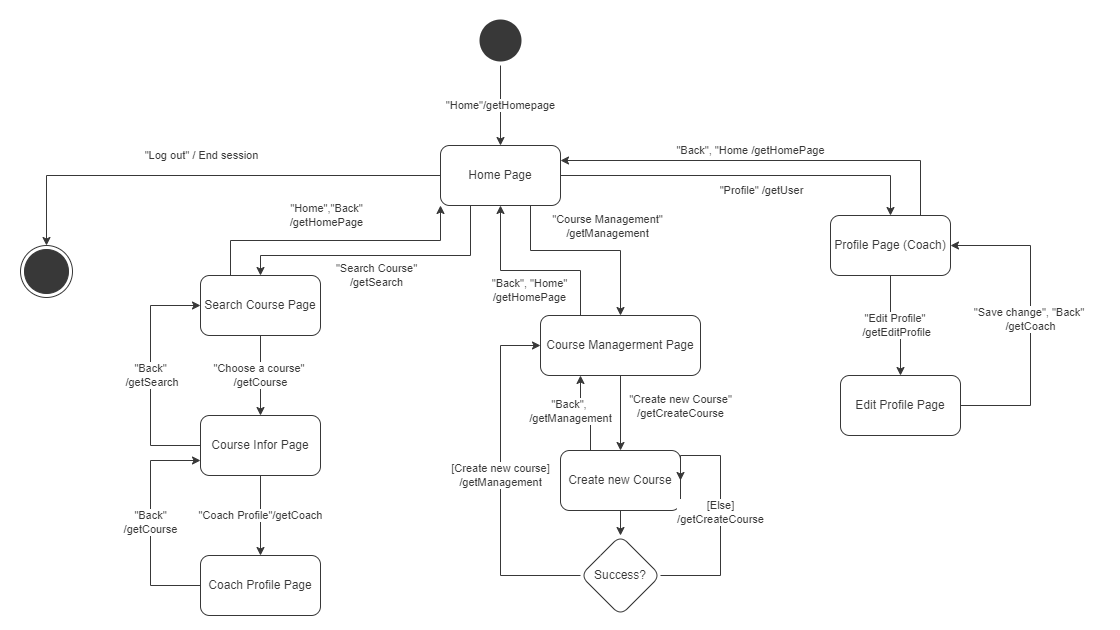
The draw.io diagram Image/UI/diagram/coach.png in kaitouz/ESportNetwork, before a commit. Source tidied: cells renumbered, new cells last; positions are measured from the earlier drawing's top-left corner, leaving out a move shared by most shapes.
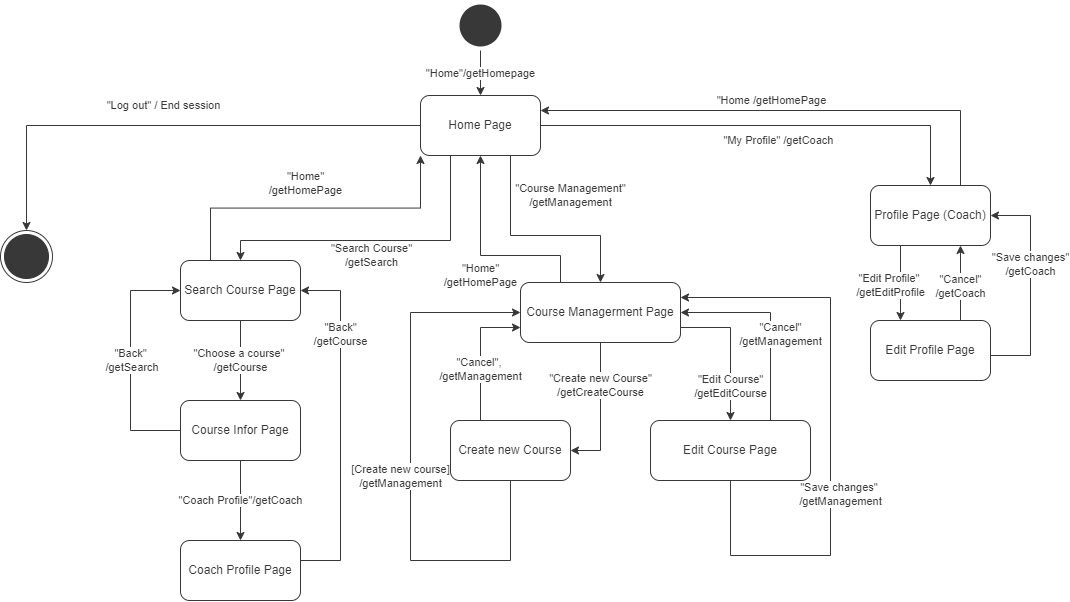
Above is the later version.

Diff of the diagram source:
```diff
@@ -11,11 +11,11 @@
     <mxCell id="4" value="&quot;Log out&quot; / End session" style="edgeStyle=orthogonalEdgeStyle;rounded=0;jettySize=auto;html=1;exitX=0;exitY=0.5;exitDx=0;exitDy=0;entryX=0.5;entryY=0;entryDx=0;entryDy=0;labelBackgroundColor=#FFFFFF;fontColor=#383838;strokeColor=#383838;" parent="1" edge="1" source="8" target="9">
       <mxGeometry x="0.03" y="-20" relative="1" as="geometry" />
     </mxCell>
-    <mxCell id="5" value="&quot;Back&quot;, &quot;Home /getHomePage" style="edgeStyle=orthogonalEdgeStyle;rounded=0;jettySize=auto;html=1;labelBackgroundColor=#FFFFFF;fontColor=#383838;strokeColor=#383838;" parent="1" edge="1" source="8" target="11">
+    <mxCell id="5" value="&quot;Home /getHomePage" style="edgeStyle=orthogonalEdgeStyle;rounded=0;jettySize=auto;html=1;labelBackgroundColor=#FFFFFF;fontColor=#383838;strokeColor=#383838;" parent="1" edge="1" source="8" target="11">
       <mxGeometry x="0.03" y="25" relative="1" as="geometry" />
     </mxCell>
     <mxCell id="6" value="&quot;Search Course&quot;&lt;br&gt;/getSearch" style="edgeStyle=orthogonalEdgeStyle;rounded=0;jettySize=auto;html=1;labelBackgroundColor=#FFFFFF;fontColor=#383838;strokeColor=#383838;exitX=0.25;exitY=1;exitDx=0;exitDy=0;" parent="1" edge="1" source="8" target="16">
-      <mxGeometry x="0.03" y="20" relative="1" as="geometry">
+      <mxGeometry x="0.05" y="15" relative="1" as="geometry">
         <Array as="points">
           <mxPoint x="450" y="240" />
           <mxPoint x="240" y="240" />
@@ -23,41 +23,44 @@
       </mxGeometry>
     </mxCell>
     <mxCell id="7" value="&quot;Course Management&quot;&lt;br&gt;/getManagement" style="edgeStyle=orthogonalEdgeStyle;rounded=0;jettySize=auto;html=1;exitX=0.75;exitY=1;exitDx=0;exitDy=0;labelBackgroundColor=#FFFFFF;fontColor=#383838;strokeColor=#383838;" parent="1" edge="1" source="8" target="23">
-      <mxGeometry x="0.25" y="14" relative="1" as="geometry">
+      <mxGeometry x="0.29" y="40" relative="1" as="geometry">
         <Array as="points">
           <mxPoint x="510" y="235" />
           <mxPoint x="600" y="235" />
         </Array>
-        <mxPoint x="-4" y="-10" as="offset" />
       </mxGeometry>
     </mxCell>
     <mxCell id="8" value="Home Page" style="whiteSpace=wrap;html=1;strokeColor=#383838;fillColor=#FFFFFF;rounded=1;fontColor=#383838;" parent="1" vertex="1">
-      <mxGeometry x="420" y="130" width="120" height="60" as="geometry" />
+      <mxGeometry x="420" y="95" width="120" height="60" as="geometry" />
     </mxCell>
     <mxCell id="9" style="ellipse;shape=endState;fillColor=#383838;strokeColor=#383838;" parent="1" vertex="1">
       <mxGeometry y="230" width="52" height="52" as="geometry" />
     </mxCell>
-    <mxCell id="10" value="&quot;Edit Profile&quot;&amp;nbsp;&lt;br&gt;/getEditProfile" style="edgeStyle=orthogonalEdgeStyle;rounded=0;jettySize=auto;html=1;labelBackgroundColor=#FFFFFF;fontColor=#383838;strokeColor=#383838;" parent="1" edge="1" source="11" target="13">
-      <mxGeometry relative="1" as="geometry" />
+    <mxCell id="10" value="&quot;Edit Profile&quot;&amp;nbsp;&lt;br&gt;/getEditProfile" style="edgeStyle=orthogonalEdgeStyle;rounded=0;jettySize=auto;html=1;labelBackgroundColor=#FFFFFF;fontColor=#383838;strokeColor=#383838;exitX=0.25;exitY=1;exitDx=0;exitDy=0;entryX=0.25;entryY=0;entryDx=0;entryDy=0;" parent="1" edge="1" source="11" target="13">
+      <mxGeometry x="0.07" y="-10" relative="1" as="geometry" />
     </mxCell>
     <mxCell id="11" value="Profile Page (Coach)" style="whiteSpace=wrap;html=1;rounded=1;fontColor=#383838;strokeColor=#383838;fillColor=#FFFFFF;" parent="1" vertex="1">
-      <mxGeometry x="810" y="200" width="120" height="60" as="geometry" />
+      <mxGeometry x="870" y="185" width="120" height="60" as="geometry" />
     </mxCell>
-    <mxCell id="12" value="&quot;Save change&quot;, &quot;Back&quot; &lt;br&gt;/getCoach" style="edgeStyle=orthogonalEdgeStyle;rounded=0;jettySize=auto;html=1;exitX=1;exitY=0.5;exitDx=0;exitDy=0;entryX=1;entryY=0.5;entryDx=0;entryDy=0;labelBackgroundColor=#FFFFFF;fontColor=#383838;strokeColor=#383838;" parent="1" edge="1" source="13" target="11">
-      <mxGeometry relative="1" as="geometry">
+    <mxCell id="12" value="&quot;Save changes&quot;&lt;br&gt;/getCoach" style="edgeStyle=orthogonalEdgeStyle;rounded=0;jettySize=auto;html=1;exitX=1;exitY=0.5;exitDx=0;exitDy=0;entryX=1;entryY=0.5;entryDx=0;entryDy=0;labelBackgroundColor=#FFFFFF;fontColor=#383838;strokeColor=#383838;" parent="1" edge="1" source="13" target="11">
+      <mxGeometry x="0.32" relative="1" as="geometry">
         <Array as="points">
-          <mxPoint x="1010" y="390" />
-          <mxPoint x="1010" y="230" />
+          <mxPoint x="970" y="355" />
+          <mxPoint x="1030" y="355" />
+          <mxPoint x="1030" y="215" />
         </Array>
       </mxGeometry>
     </mxCell>
+    <mxCell id="33" value="&quot;Cancel&quot;&lt;br&gt;/getCoach" style="edgeStyle=orthogonalEdgeStyle;rounded=0;jettySize=auto;html=1;exitX=0.75;exitY=0;exitDx=0;exitDy=0;entryX=0.75;entryY=1;entryDx=0;entryDy=0;labelBackgroundColor=#FFFFFF;fontColor=#383838;strokeColor=#383838;" parent="1" edge="1" source="13" target="11">
+      <mxGeometry x="-0.07" relative="1" as="geometry" />
+    </mxCell>
     <mxCell id="13" value="Edit Profile Page" style="whiteSpace=wrap;html=1;rounded=1;fontColor=#383838;strokeColor=#383838;fillColor=#FFFFFF;" parent="1" vertex="1">
-      <mxGeometry x="820" y="360" width="120" height="60" as="geometry" />
+      <mxGeometry x="870" y="320" width="120" height="60" as="geometry" />
     </mxCell>
     <mxCell id="14" value="&quot;Choose a course&quot; &lt;br&gt;/getCourse" style="edgeStyle=orthogonalEdgeStyle;rounded=0;jettySize=auto;html=1;labelBackgroundColor=#FFFFFF;fontColor=#383838;strokeColor=#383838;" parent="1" edge="1" source="16" target="19">
       <mxGeometry relative="1" as="geometry" />
     </mxCell>
-    <mxCell id="15" value="&quot;Home&quot;,&quot;Back&quot;&lt;br&gt;/getHomePage" style="edgeStyle=orthogonalEdgeStyle;rounded=0;jettySize=auto;html=1;exitX=0.25;exitY=0;exitDx=0;exitDy=0;entryX=0;entryY=1;entryDx=0;entryDy=0;labelBackgroundColor=#FFFFFF;fontColor=#383838;strokeColor=#383838;" parent="1" edge="1" source="16" target="8">
+    <mxCell id="15" value="&quot;Home&quot;&lt;br&gt;/getHomePage" style="edgeStyle=orthogonalEdgeStyle;rounded=0;jettySize=auto;html=1;exitX=0.25;exitY=0;exitDx=0;exitDy=0;entryX=0;entryY=1;entryDx=0;entryDy=0;labelBackgroundColor=#FFFFFF;fontColor=#383838;strokeColor=#383838;" parent="1" edge="1" source="16" target="8">
       <mxGeometry x="-0.06" y="25" relative="1" as="geometry" />
     </mxCell>
     <mxCell id="16" value="Search Course Page" style="whiteSpace=wrap;html=1;rounded=1;fontColor=#383838;strokeColor=#383838;fillColor=#FFFFFF;" parent="1" vertex="1">
@@ -77,66 +80,76 @@
     <mxCell id="19" value="Course Infor Page" style="whiteSpace=wrap;html=1;rounded=1;fontColor=#383838;strokeColor=#383838;fillColor=#FFFFFF;" parent="1" vertex="1">
       <mxGeometry x="180" y="400" width="120" height="60" as="geometry" />
     </mxCell>
-    <mxCell id="20" value="&quot;Back&quot;&lt;br&gt;/getCourse" style="edgeStyle=orthogonalEdgeStyle;rounded=0;jettySize=auto;html=1;exitX=0;exitY=0.5;exitDx=0;exitDy=0;entryX=0;entryY=0.75;entryDx=0;entryDy=0;labelBackgroundColor=#FFFFFF;fontColor=#383838;strokeColor=#383838;" parent="1" edge="1" source="21" target="19">
-      <mxGeometry relative="1" as="geometry">
-        <Array as="points">
-          <mxPoint x="130" y="570" />
-          <mxPoint x="130" y="445" />
-        </Array>
-      </mxGeometry>
-    </mxCell>
     <mxCell id="21" value="Coach Profile Page" style="whiteSpace=wrap;html=1;rounded=1;fontColor=#383838;strokeColor=#383838;fillColor=#FFFFFF;" parent="1" vertex="1">
       <mxGeometry x="180" y="540" width="120" height="60" as="geometry" />
     </mxCell>
-    <mxCell id="22" value="&quot;Create new Course&quot;&lt;br&gt;/getCreateCourse" style="edgeStyle=orthogonalEdgeStyle;rounded=0;jettySize=auto;html=1;exitX=0.5;exitY=1;exitDx=0;exitDy=0;entryX=0.5;entryY=0;entryDx=0;entryDy=0;labelBackgroundColor=#FFFFFF;fontColor=#383838;strokeColor=#383838;" parent="1" edge="1" source="23" target="26">
-      <mxGeometry x="-0.17" y="60" relative="1" as="geometry" />
+    <mxCell id="22" value="&quot;Create new Course&quot;&lt;br&gt;/getCreateCourse" style="edgeStyle=orthogonalEdgeStyle;rounded=0;jettySize=auto;html=1;exitX=0.5;exitY=1;exitDx=0;exitDy=0;entryX=1;entryY=0.5;entryDx=0;entryDy=0;labelBackgroundColor=#FFFFFF;fontColor=#383838;strokeColor=#383838;" parent="1" edge="1" source="23" target="26">
+      <mxGeometry x="-0.38" relative="1" as="geometry">
+        <Array as="points">
+          <mxPoint x="600" y="450" />
+        </Array>
+      </mxGeometry>
     </mxCell>
+    <mxCell id="34" value="&quot;Edit Course&quot;&lt;br&gt;/getEditCourse" style="edgeStyle=orthogonalEdgeStyle;rounded=0;jettySize=auto;html=1;exitX=1;exitY=0.75;exitDx=0;exitDy=0;labelBackgroundColor=#FFFFFF;fontColor=#383838;strokeColor=#383838;" parent="1" edge="1" source="23" target="37">
+      <mxGeometry x="0.51" relative="1" as="geometry" />
+    </mxCell>
     <mxCell id="23" value="Course Managerment Page" style="whiteSpace=wrap;html=1;strokeColor=#383838;fillColor=#FFFFFF;rounded=1;fontColor=#383838;" parent="1" vertex="1">
-      <mxGeometry x="520" y="300" width="160" height="60" as="geometry" />
+      <mxGeometry x="520" y="282" width="160" height="60" as="geometry" />
     </mxCell>
-    <mxCell id="24" style="edgeStyle=orthogonalEdgeStyle;rounded=0;jettySize=auto;html=1;labelBackgroundColor=#FFFFFF;fontColor=#383838;strokeColor=#383838;" parent="1" edge="1" source="26" target="29">
-      <mxGeometry relative="1" as="geometry" />
-    </mxCell>
-    <mxCell id="25" style="edgeStyle=orthogonalEdgeStyle;rounded=0;jettySize=auto;html=1;exitX=0.25;exitY=0;exitDx=0;exitDy=0;" parent="1" edge="1" source="26">
-      <mxGeometry relative="1" as="geometry">
-        <mxPoint x="570" y="395" as="targetPoint" />
-      </mxGeometry>
-    </mxCell>
     <mxCell id="26" value="Create new Course" style="whiteSpace=wrap;html=1;rounded=1;fontColor=#383838;strokeColor=#383838;fillColor=#FFFFFF;" parent="1" vertex="1">
-      <mxGeometry x="540" y="435" width="120" height="60" as="geometry" />
+      <mxGeometry x="450" y="420" width="120" height="60" as="geometry" />
     </mxCell>
-    <mxCell id="27" value="[Create new course]&lt;br&gt;/getManagement" style="edgeStyle=orthogonalEdgeStyle;rounded=0;jettySize=auto;html=1;exitX=0;exitY=0.5;exitDx=0;exitDy=0;entryX=0;entryY=0.5;entryDx=0;entryDy=0;labelBackgroundColor=#FFFFFF;fontColor=#383838;strokeColor=#383838;" parent="1" edge="1" source="29" target="23">
-      <mxGeometry x="0.03" relative="1" as="geometry">
+    <mxCell id="27" value="[Create new course]&lt;br&gt;/getManagement" style="edgeStyle=orthogonalEdgeStyle;rounded=0;jettySize=auto;html=1;exitX=0.5;exitY=1;exitDx=0;exitDy=0;entryX=0;entryY=0.5;entryDx=0;entryDy=0;labelBackgroundColor=#FFFFFF;fontColor=#383838;strokeColor=#383838;" parent="1" edge="1" source="26" target="23">
+      <mxGeometry x="-0.02" y="10" relative="1" as="geometry">
         <Array as="points">
-          <mxPoint x="480" y="560" />
-          <mxPoint x="480" y="330" />
+          <mxPoint x="510" y="560" />
+          <mxPoint x="410" y="560" />
+          <mxPoint x="410" y="312" />
         </Array>
       </mxGeometry>
     </mxCell>
-    <mxCell id="28" value="[Else]&lt;br&gt;/getCreateCourse" style="edgeStyle=orthogonalEdgeStyle;rounded=0;jettySize=auto;html=1;exitX=1;exitY=0.5;exitDx=0;exitDy=0;entryX=1;entryY=0.5;entryDx=0;entryDy=0;labelBackgroundColor=#FFFFFF;fontColor=#383838;strokeColor=#383838;" parent="1" edge="1" source="29" target="26">
-      <mxGeometry relative="1" as="geometry">
-        <Array as="points">
-          <mxPoint x="700" y="560" />
-          <mxPoint x="700" y="440" />
-        </Array>
-      </mxGeometry>
-    </mxCell>
-    <mxCell id="29" value="Success?" style="rhombus;whiteSpace=wrap;html=1;rounded=1;fontColor=#383838;strokeColor=#383838;fillColor=#FFFFFF;" parent="1" vertex="1">
-      <mxGeometry x="560" y="520" width="80" height="80" as="geometry" />
-    </mxCell>
-    <mxCell id="30" value="&quot;Profile&quot; /getUser" style="edgeStyle=orthogonalEdgeStyle;rounded=0;jettySize=auto;html=1;labelBackgroundColor=#FFFFFF;fontColor=#383838;strokeColor=#383838;entryX=1;entryY=0.25;entryDx=0;entryDy=0;exitX=0.75;exitY=0;exitDx=0;exitDy=0;" parent="1" edge="1" source="11" target="8">
+    <mxCell id="30" value="&quot;My Profile&quot; /getCoach" style="edgeStyle=orthogonalEdgeStyle;rounded=0;jettySize=auto;html=1;labelBackgroundColor=#FFFFFF;fontColor=#383838;strokeColor=#383838;entryX=1;entryY=0.25;entryDx=0;entryDy=0;exitX=0.75;exitY=0;exitDx=0;exitDy=0;" parent="1" edge="1" source="11" target="8">
       <mxGeometry x="0.04" y="30" relative="1" as="geometry" />
     </mxCell>
-    <mxCell id="31" value="&quot;Back&quot;, &quot;Home&quot;&lt;br&gt;/getHomePage" style="edgeStyle=orthogonalEdgeStyle;rounded=0;jettySize=auto;html=1;labelBackgroundColor=#FFFFFF;fontColor=#383838;strokeColor=#383838;entryX=0.5;entryY=1;entryDx=0;entryDy=0;exitX=0.25;exitY=0;exitDx=0;exitDy=0;" parent="1" edge="1" source="23" target="8">
-      <mxGeometry y="20" relative="1" as="geometry">
+    <mxCell id="31" value="&quot;Home&quot;&lt;br&gt;/getHomePage" style="edgeStyle=orthogonalEdgeStyle;rounded=0;jettySize=auto;html=1;labelBackgroundColor=#FFFFFF;fontColor=#383838;strokeColor=#383838;entryX=0.5;entryY=1;entryDx=0;entryDy=0;exitX=0.25;exitY=0;exitDx=0;exitDy=0;" parent="1" edge="1" source="23" target="8">
+      <mxGeometry x="0.03" y="20" relative="1" as="geometry">
         <Array as="points">
           <mxPoint x="560" y="255" />
           <mxPoint x="480" y="255" />
         </Array>
+        <mxPoint x="20" y="20" as="offset" />
       </mxGeometry>
     </mxCell>
-    <mxCell id="32" value="&quot;Back&quot;, &lt;br&gt;/getManagement" style="edgeStyle=orthogonalEdgeStyle;rounded=0;jettySize=auto;html=1;labelBackgroundColor=#FFFFFF;fontColor=#383838;strokeColor=#383838;exitX=0.25;exitY=0;exitDx=0;exitDy=0;entryX=0.25;entryY=1;entryDx=0;entryDy=0;" parent="1" edge="1" source="26" target="23">
-      <mxGeometry x="0.14" y="10" relative="1" as="geometry" />
+    <mxCell id="32" value="&quot;Cancel&quot;, &lt;br&gt;/getManagement" style="edgeStyle=orthogonalEdgeStyle;rounded=0;jettySize=auto;html=1;labelBackgroundColor=#FFFFFF;fontColor=#383838;strokeColor=#383838;exitX=0.25;exitY=0;exitDx=0;exitDy=0;entryX=0;entryY=0.75;entryDx=0;entryDy=0;" parent="1" edge="1" source="26" target="23">
+      <mxGeometry x="-0.22" relative="1" as="geometry">
+        <Array as="points">
+          <mxPoint x="480" y="327" />
+        </Array>
+      </mxGeometry>
     </mxCell>
+    <mxCell id="20" value="&quot;Back&quot;&lt;br&gt;/getCourse" style="edgeStyle=orthogonalEdgeStyle;rounded=0;jettySize=auto;html=1;exitX=1;exitY=0.5;exitDx=0;exitDy=0;entryX=1;entryY=0.5;entryDx=0;entryDy=0;labelBackgroundColor=#FFFFFF;fontColor=#383838;strokeColor=#383838;" parent="1" edge="1" source="21" target="16">
+      <mxGeometry x="0.53" relative="1" as="geometry">
+        <Array as="points">
+          <mxPoint x="300" y="560" />
+          <mxPoint x="340" y="560" />
+          <mxPoint x="340" y="290" />
+        </Array>
+      </mxGeometry>
+    </mxCell>
+    <mxCell id="35" value="&quot;Save changes&quot;&amp;nbsp;&lt;br&gt;/getManagement" style="edgeStyle=orthogonalEdgeStyle;rounded=0;jettySize=auto;html=1;exitX=0.5;exitY=1;exitDx=0;exitDy=0;labelBackgroundColor=#FFFFFF;fontColor=#383838;strokeColor=#383838;entryX=1;entryY=0.25;entryDx=0;entryDy=0;" parent="1" edge="1" source="37" target="23">
+      <mxGeometry x="-0.19" y="-10" relative="1" as="geometry">
+        <Array as="points">
+          <mxPoint x="730" y="555" />
+          <mxPoint x="830" y="555" />
+          <mxPoint x="830" y="297" />
+        </Array>
+      </mxGeometry>
+    </mxCell>
+    <mxCell id="36" value="&quot;Cancel&quot;&lt;br&gt;/getManagement" style="edgeStyle=orthogonalEdgeStyle;rounded=0;jettySize=auto;html=1;exitX=0.75;exitY=0;exitDx=0;exitDy=0;entryX=1;entryY=0.5;entryDx=0;entryDy=0;labelBackgroundColor=#FFFFFF;fontColor=#383838;strokeColor=#383838;" parent="1" edge="1" source="37" target="23">
+      <mxGeometry x="-0.14" y="-10" relative="1" as="geometry" />
+    </mxCell>
+    <mxCell id="37" value="Edit Course Page" style="whiteSpace=wrap;html=1;strokeColor=#383838;fillColor=#FFFFFF;rounded=1;fontColor=#383838;" parent="1" vertex="1">
+      <mxGeometry x="650" y="420" width="160" height="60" as="geometry" />
+    </mxCell>
   </root>
 </mxGraphModel>
```
